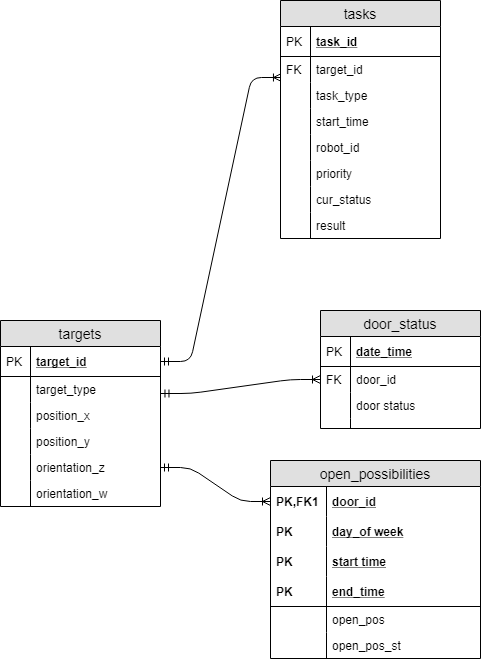
Above: img/robot-database.png in xuanjiao/Robots_task_scheduling (draw.io), before the change. Source tidied: cells renumbered, new cells last; positions are measured from the earlier drawing's top-left corner, leaving out a move shared by most shapes.
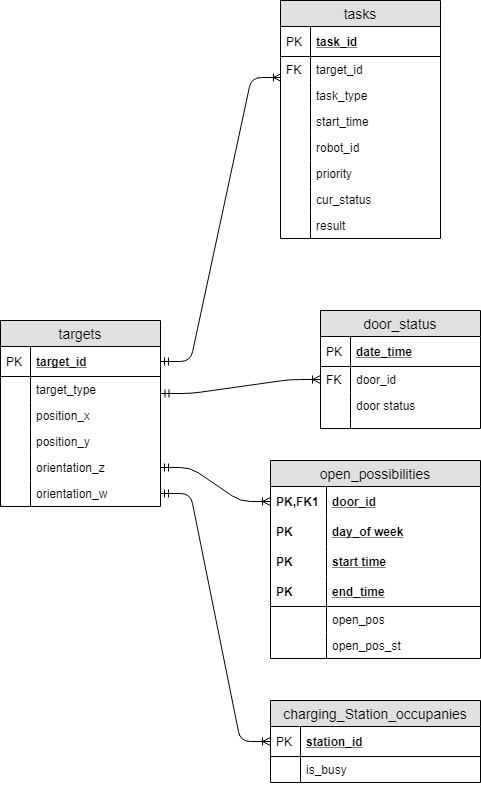
The same file after the commit.

The edit, as a diff of the source:
```diff
@@ -167,5 +167,23 @@
     <mxCell id="56" style="shape=partialRectangle;top=0;left=0;bottom=0;fillColor=none;align=left;verticalAlign=top;spacingLeft=4;spacingRight=4;overflow=hidden;fontSize=12;" parent="55" vertex="1">
       <mxGeometry width="30" height="10" as="geometry" />
     </mxCell>
+    <mxCell id="57" value="charging_Station_occupanies" style="swimlane;fontStyle=0;horizontal=1;startSize=26;fillColor=#e0e0e0;swimlaneFillColor=#ffffff;align=center;fontSize=14;" parent="1" vertex="1">
+      <mxGeometry x="270" y="700" width="210" height="82" as="geometry" />
+    </mxCell>
+    <mxCell id="58" value="station_id" style="shape=partialRectangle;top=0;left=0;right=0;bottom=1;align=left;verticalAlign=middle;fillColor=none;spacingLeft=34;spacingRight=4;overflow=hidden;points=[[0,0.5],[1,0.5]];portConstraint=eastwest;fontStyle=5;fontSize=12;" parent="57" vertex="1">
+      <mxGeometry y="26" width="210" height="30" as="geometry" />
+    </mxCell>
+    <mxCell id="59" value="PK" style="shape=partialRectangle;top=0;left=0;bottom=0;fillColor=none;align=left;verticalAlign=middle;spacingLeft=4;spacingRight=4;overflow=hidden;fontSize=12;" parent="58" vertex="1">
+      <mxGeometry width="30" height="30" as="geometry" />
+    </mxCell>
+    <mxCell id="60" value="is_busy" style="shape=partialRectangle;top=0;left=0;right=0;bottom=0;align=left;verticalAlign=top;fillColor=none;spacingLeft=34;spacingRight=4;overflow=hidden;fontSize=12;" parent="57" vertex="1">
+      <mxGeometry y="56" width="210" height="26" as="geometry" />
+    </mxCell>
+    <mxCell id="61" style="shape=partialRectangle;top=0;left=0;bottom=0;fillColor=none;align=left;verticalAlign=top;spacingLeft=4;spacingRight=4;overflow=hidden;fontSize=12;" parent="60" vertex="1">
+      <mxGeometry width="30" height="26" as="geometry" />
+    </mxCell>
+    <mxCell id="62" style="edgeStyle=entityRelationEdgeStyle;fontSize=12;html=1;endArrow=ERoneToMany;startArrow=ERmandOne;" parent="1" edge="1" source="13" target="58">
+      <mxGeometry relative="1" as="geometry" />
+    </mxCell>
   </root>
 </mxGraphModel>
```
